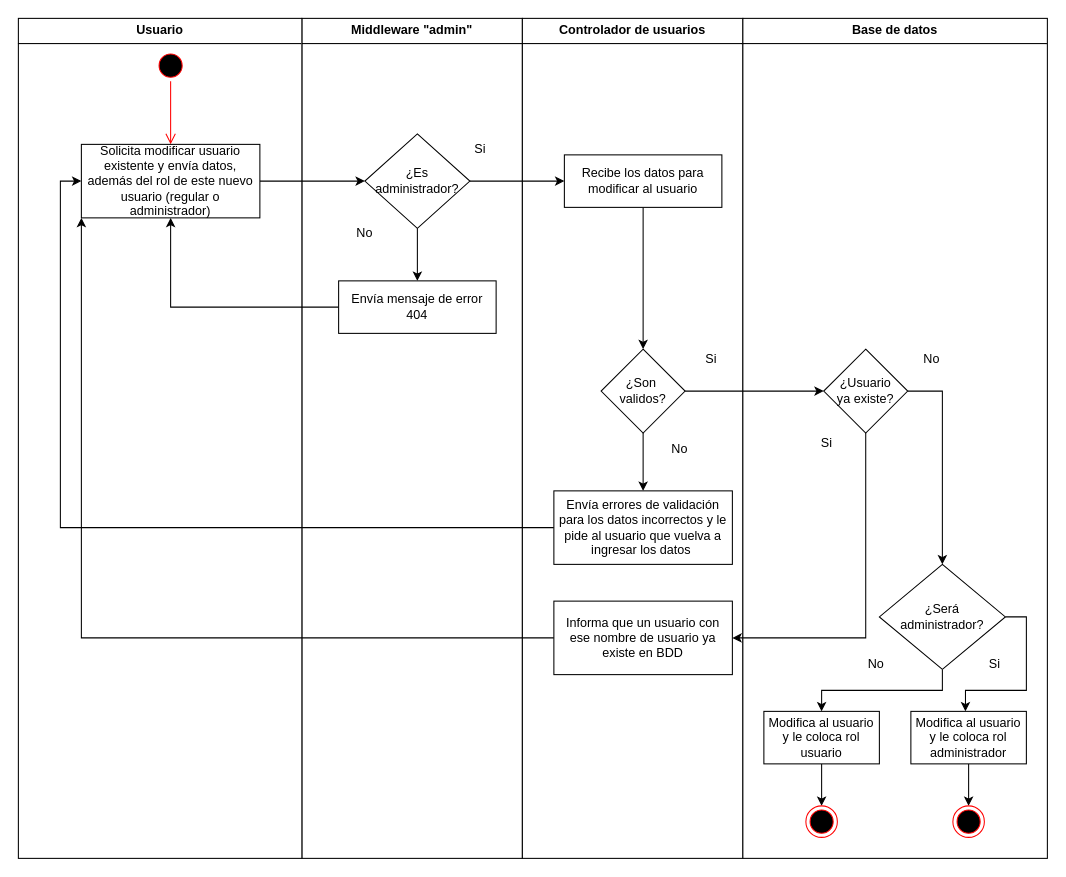
Earlier version of the draw.io diagram page "Página-3" (3 of 4) of Diagramas actividad/actividad_usuario.drawio (MirroringCode/diagramas-del-csm). Source tidied: cells renumbered, new cells numbered last; positions are measured from the earlier drawing's top-left corner, leaving out a move shared by most shapes. Both pictures are drawn from the tidied source at 105%, with x=0, y=0 at pixel (18, 18).
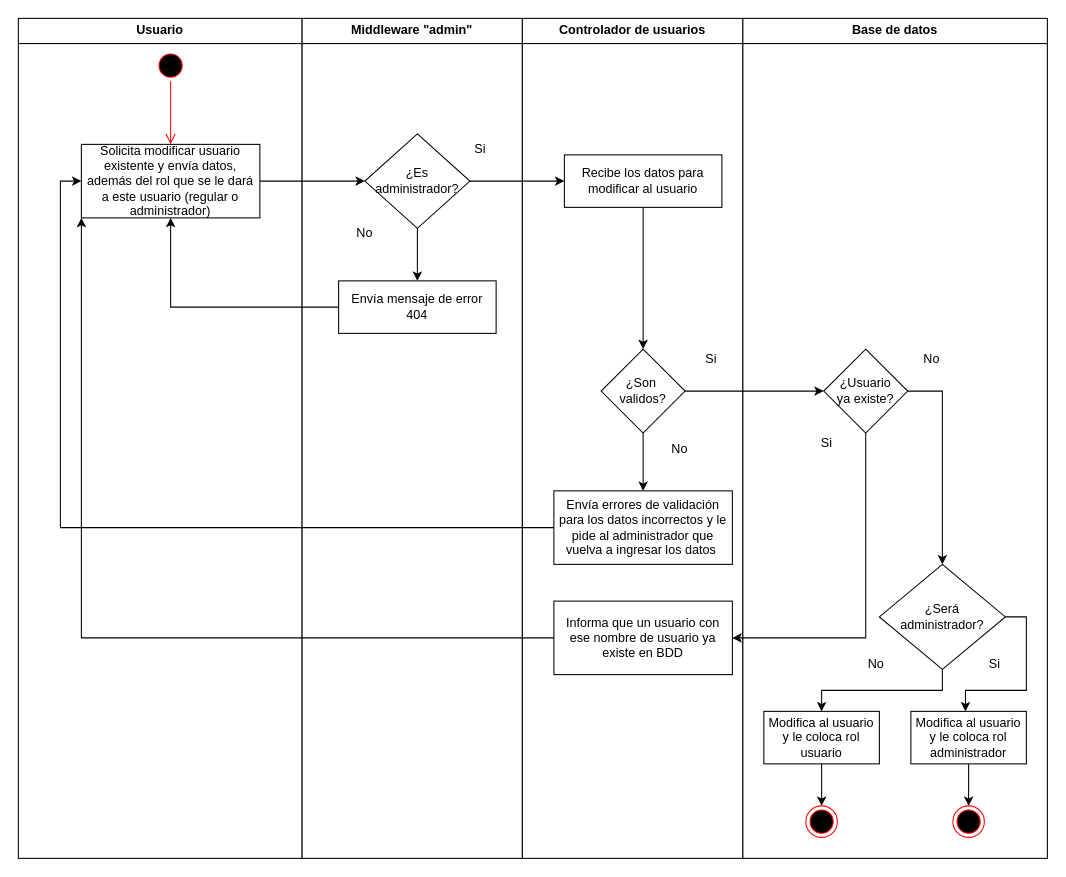
Above is the later version.

The edit, as a diff of the source:
```diff
@@
-    <mxCell id="9" value="Solicita modificar usuario existente y envía datos, además del rol de este nuevo usuario (regular o administrador)" style="html=1;whiteSpace=wrap;" parent="1" vertex="1">
+    <mxCell id="9" value="Solicita modificar usuario existente y envía datos, además del rol que se le dará a este usuario (regular o administrador)" style="html=1;whiteSpace=wrap;" parent="1" vertex="1">
       <mxGeometry x="60" y="120" width="170" height="70" as="geometry" />
     </mxCell>
@@
-    <mxCell id="23" value="Envía errores de validación para los datos incorrectos y le pide al usuario que vuelva a ingresar los datos&amp;nbsp;" style="html=1;whiteSpace=wrap;" parent="1" vertex="1">
+    <mxCell id="23" value="Envía errores de validación para los datos incorrectos y le pide al administrador que vuelva a ingresar los datos&amp;nbsp;" style="html=1;whiteSpace=wrap;" parent="1" vertex="1">
       <mxGeometry x="510" y="450" width="170" height="70" as="geometry" />
     </mxCell>
```
